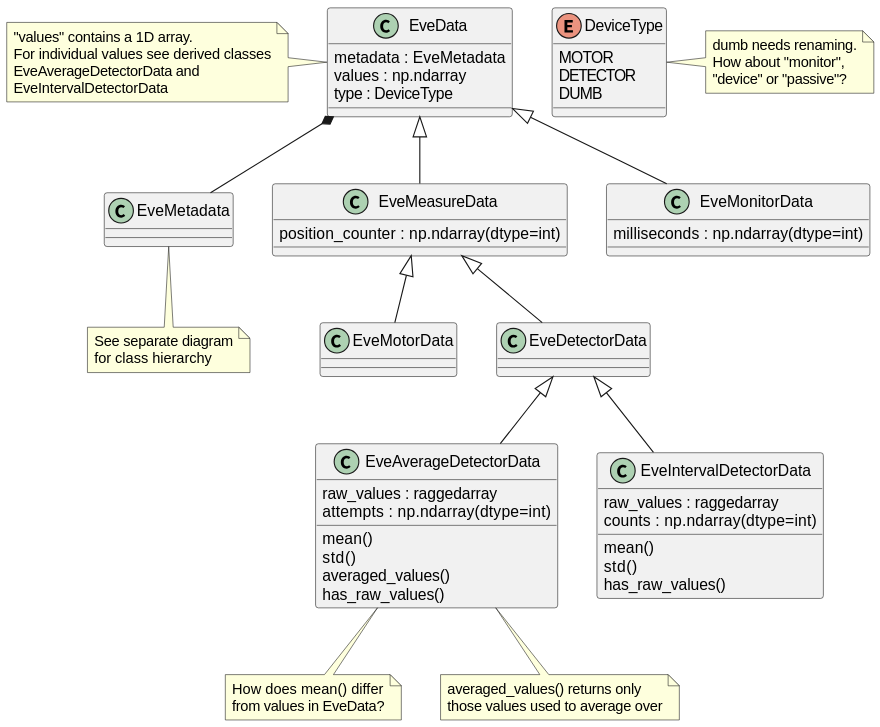
tillbiskup/evedata keeps this PlantUML diagram as docs/uml/evedata.evefile.evedata.svg. Above is the earlier version.
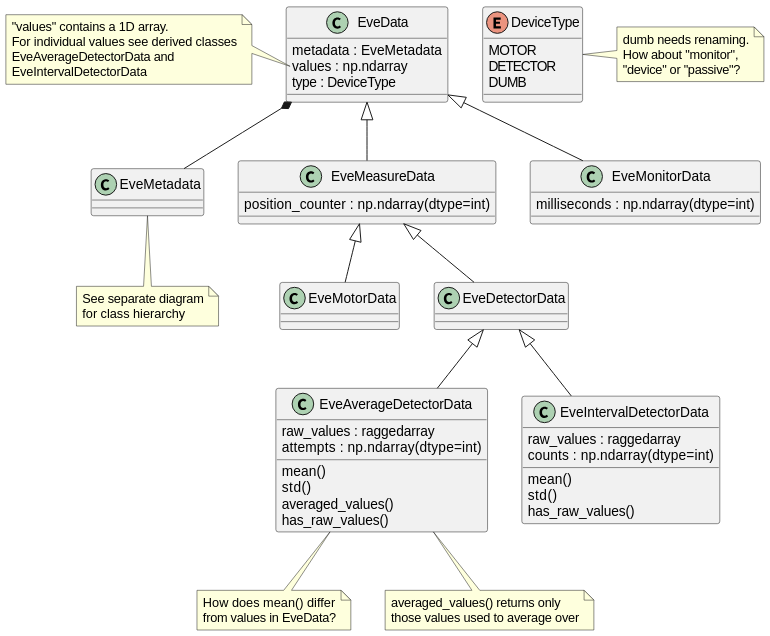
The same file after the commit.

Commit message:
Update UML diagrams

What changed in the source:
```diff
@@ -5,7 +5,12 @@
     values : np.ndarray
     type : DeviceType
 }
-note left: "values" contains a 1D array.\nFor individual values see derived classes\nEveAverageDetectorData and\nEveIntervalDetectorData
+note left of EveData::values
+    "values" contains a 1D array.
+    For individual values see derived classes
+    EveAverageDetectorData and
+    EveIntervalDetectorData
+end note
 
 enum DeviceType {
     MOTOR
```
